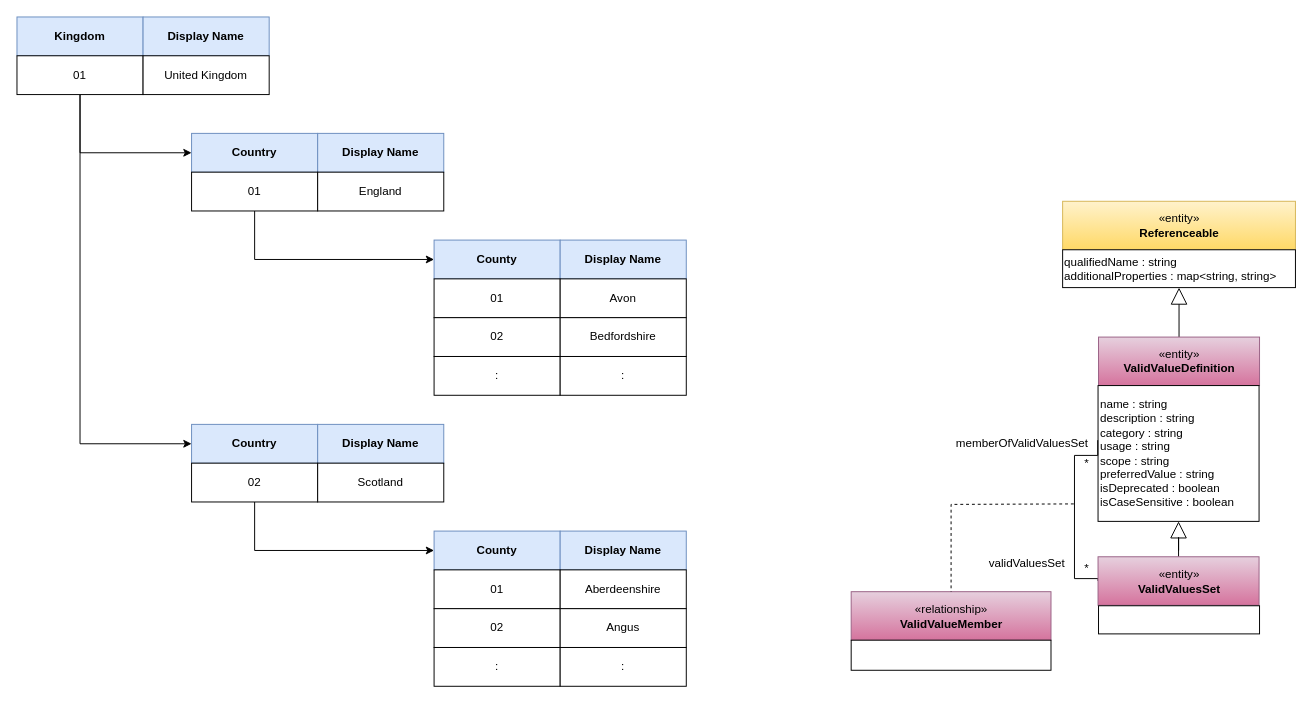
The draw.io diagram page "hierarchical-information-codes" (2 of 10) of site/docs/features/reference-data-management/reference-data-management.drawio in odpi/egeria-docs, before the edit. Source tidied: cells renumbered, new cells numbered last; positions are measured from the earlier drawing's top-left corner, leaving out a move shared by most shapes. Both pictures are drawn from the tidied source at 97%, with x=0, y=0 at pixel (16, 16).
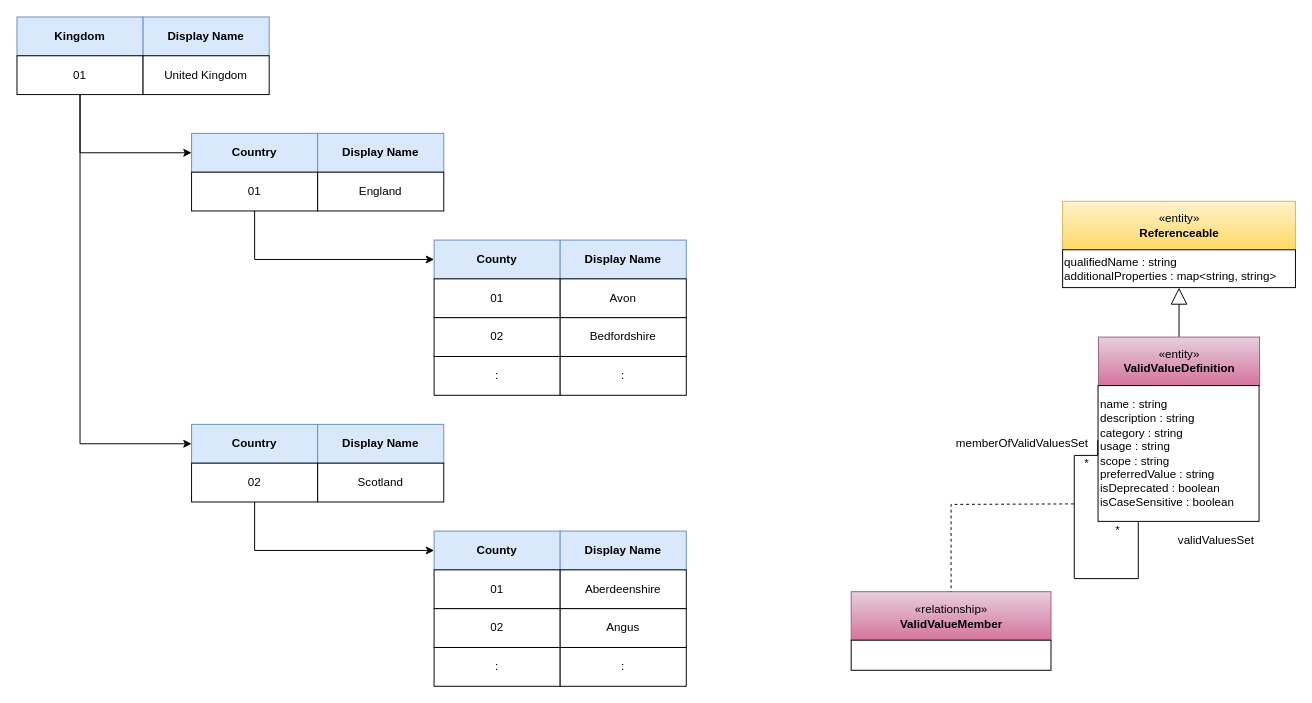
The same page after the edit.

Unchanged cells that the change refers to:
```xml
<mxCell id="38" value="name : string&lt;br style=&quot;border-color: var(--border-color);&quot;&gt;&lt;span style=&quot;border-color: var(--border-color);&quot;&gt;description : string&lt;br style=&quot;border-color: var(--border-color);&quot;&gt;&lt;/span&gt;category : string&lt;br style=&quot;border-color: var(--border-color);&quot;&gt;&lt;span style=&quot;border-color: var(--border-color);&quot;&gt;usage : string&lt;/span&gt;&lt;br style=&quot;border-color: var(--border-color);&quot;&gt;&lt;span style=&quot;border-color: var(--border-color);&quot;&gt;scope : string&lt;br style=&quot;border-color: var(--border-color);&quot;&gt;preferredValue : string&lt;br style=&quot;border-color: var(--border-color);&quot;&gt;isDeprecated : boolean&lt;br style=&quot;border-color: var(--border-color);&quot;&gt;isCaseSensitive : boolean&lt;/span&gt;&lt;span&gt;&lt;br&gt;&lt;/span&gt;" style="rounded=0;whiteSpace=wrap;html=1;strokeColor=#000000;gradientColor=#ffffff;align=left;" parent="1" vertex="1">
  <mxGeometry x="1114.5" y="380" width="166" height="140" as="geometry" />
</mxCell>
```

The edit, as a diff of the source:
```diff
@@
-    <mxCell id="39" style="edgeStyle=orthogonalEdgeStyle;rounded=0;jettySize=auto;html=1;exitX=0;exitY=0.5;exitDx=0;exitDy=0;entryX=-0.002;entryY=0.402;entryDx=0;entryDy=0;endArrow=none;endFill=0;entryPerimeter=0;" parent="1" edge="1" source="41" target="38">
+    <mxCell id="39" style="edgeStyle=orthogonalEdgeStyle;rounded=0;orthogonalLoop=1;jettySize=auto;html=1;exitX=0.25;exitY=1;exitDx=0;exitDy=0;entryX=-0.002;entryY=0.402;entryDx=0;entryDy=0;endArrow=none;endFill=0;entryPerimeter=0;" parent="1" edge="1" source="38" target="38">
       <mxGeometry relative="1" as="geometry">
         <Array as="points">
-          <mxPoint x="1090.2" y="579" />
-          <mxPoint x="1090.2" y="452" />
-          <mxPoint x="1114.2" y="452" />
+          <mxPoint x="1156" y="579" />
+          <mxPoint x="1090" y="579" />
+          <mxPoint x="1090" y="452" />
+          <mxPoint x="1114" y="452" />
         </Array>
       </mxGeometry>
     </mxCell>
-    <mxCell id="40" style="edgeStyle=orthogonalEdgeStyle;rounded=0;jettySize=auto;html=1;exitX=0.5;exitY=0;exitDx=0;exitDy=0;endArrow=block;endFill=0;endSize=15;" parent="1" edge="1" source="41" target="38">
-      <mxGeometry relative="1" as="geometry" />
-    </mxCell>
-    <mxCell id="41" value="«entity»&lt;br&gt;&lt;b&gt;ValidValuesSet&lt;/b&gt;" style="html=1;strokeColor=#996185;align=center;fillColor=#e6d0de;gradientColor=#d5739d;" parent="1" vertex="1">
-      <mxGeometry x="1114.5" y="556.5" width="166" height="50" as="geometry" />
-    </mxCell>
-    <mxCell id="42" style="rounded=0;whiteSpace=wrap;html=1;strokeColor=#000000;gradientColor=#ffffff;align=left;" parent="1" vertex="1">
-      <mxGeometry x="1115" y="607" width="166" height="29" as="geometry" />
-    </mxCell>
@@
     <mxCell id="44" value="validValuesSet" style="text;html=1;strokeColor=none;fillColor=none;align=center;verticalAlign=middle;whiteSpace=wrap;rounded=0;" parent="1" vertex="1">
-      <mxGeometry x="995" y="553.5" width="93" height="20" as="geometry" />
+      <mxGeometry x="1190" y="530" width="93" height="20" as="geometry" />
     </mxCell>
@@
     <mxCell id="46" value="*" style="text;html=1;strokeColor=none;fillColor=none;align=center;verticalAlign=middle;whiteSpace=wrap;rounded=0;" parent="1" vertex="1">
-      <mxGeometry x="1083" y="558.5" width="40" height="20" as="geometry" />
+      <mxGeometry x="1114.5" y="520" width="40" height="20" as="geometry" />
     </mxCell>
```
